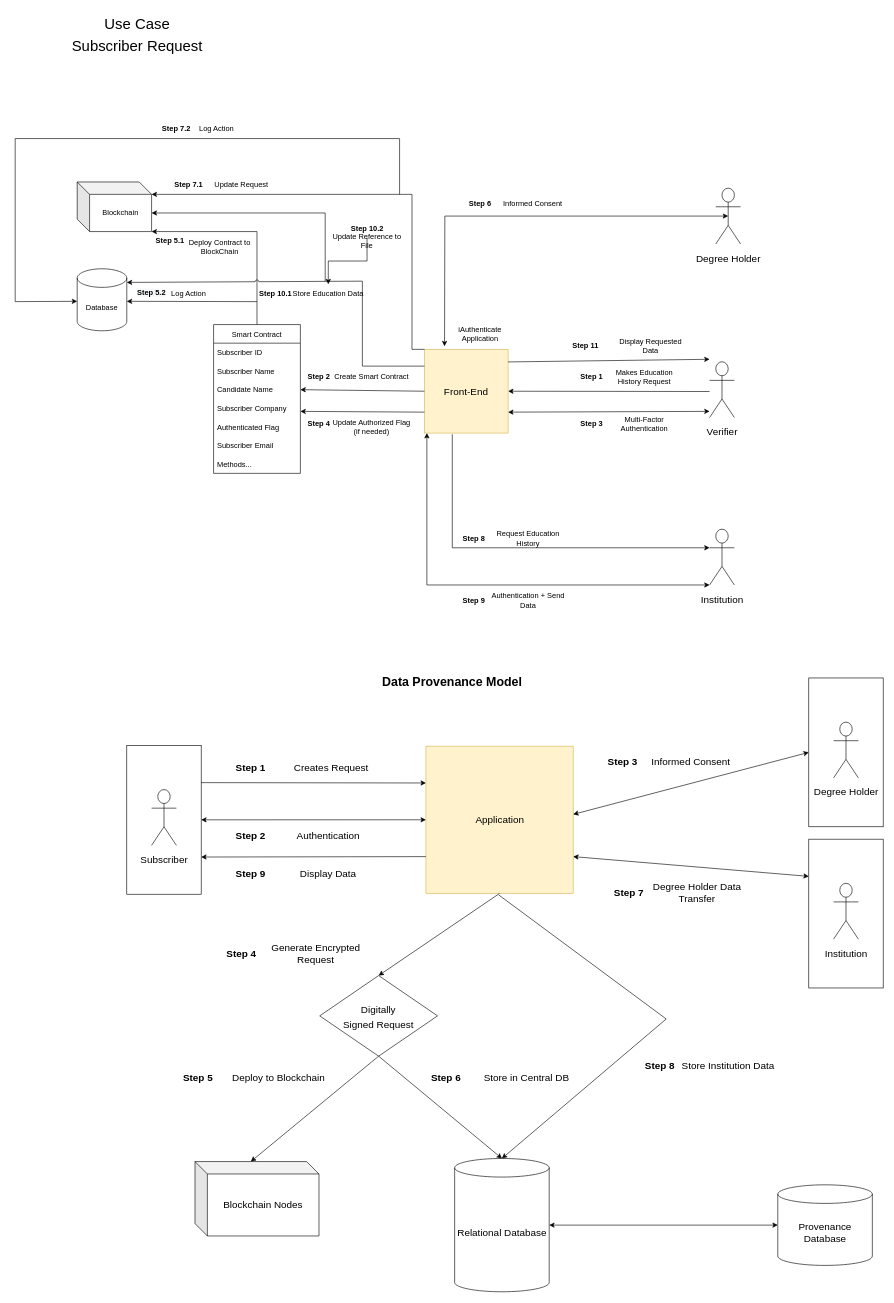
Above: AuthenticatorAppUses.drawio in tkalp/AuthenticatorApp (draw.io), before the change. Source tidied: cells renumbered, new cells numbered last; positions are measured from the earlier drawing's top-left corner, leaving out a move shared by most shapes. Both pictures are drawn from the tidied source at 62%, with x=0, y=0 at pixel (15, 20).
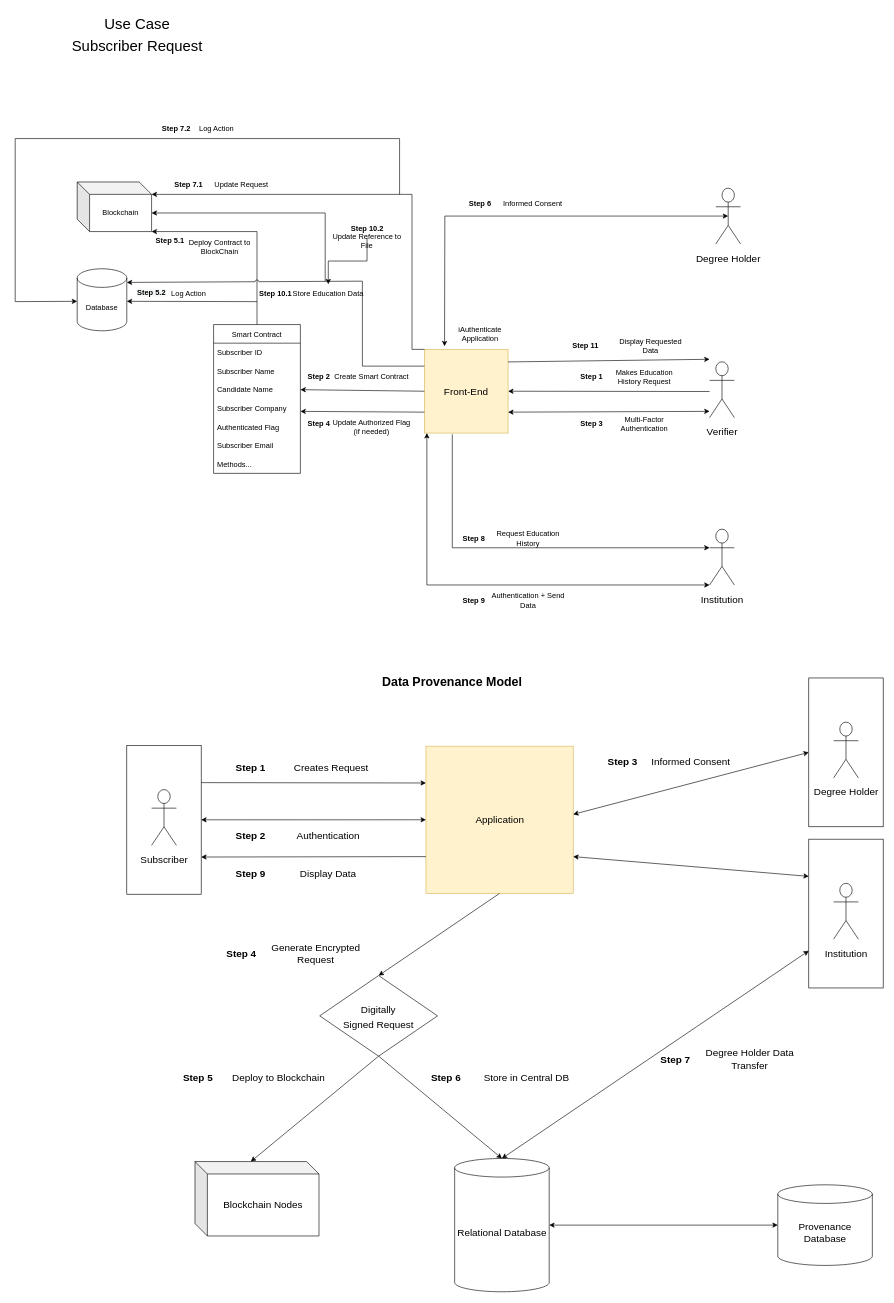
After the change.

The change refers to these unchanged cells:
```xml
<mxCell id="83" value="&lt;span style=&quot;font-size: 16px&quot;&gt;Relational Database&lt;/span&gt;" style="shape=cylinder3;whiteSpace=wrap;html=1;boundedLbl=1;backgroundOutline=1;size=15;fontSize=12;fillColor=default;strokeColor=default;fontColor=default;" parent="1" vertex="1">
  <mxGeometry x="708.8" y="1835" width="152.5" height="215" as="geometry" />
</mxCell>
<mxCell id="87" style="rounded=0;whiteSpace=wrap;html=1;fontSize=16;" parent="1" vertex="1">
  <mxGeometry x="1280" y="1320" width="120" height="240" as="geometry" />
</mxCell>
```

Diff of the diagram source:
```diff
@@
     <mxCell id="90" value="&lt;b style=&quot;font-size: 16px&quot;&gt;Step 7&lt;/b&gt;" style="text;html=1;strokeColor=none;fillColor=none;align=center;verticalAlign=middle;whiteSpace=wrap;rounded=0;fontSize=16;" parent="1" vertex="1">
-      <mxGeometry x="960" y="1391.2" width="60" height="30" as="geometry" />
+      <mxGeometry x="1035" y="1660" width="60" height="30" as="geometry" />
     </mxCell>
     <mxCell id="91" value="Degree Holder Data Transfer" style="text;html=1;strokeColor=none;fillColor=none;align=center;verticalAlign=middle;whiteSpace=wrap;rounded=0;fontSize=16;" parent="1" vertex="1">
-      <mxGeometry x="1020" y="1391.2" width="160" height="30" as="geometry" />
+      <mxGeometry x="1105" y="1660" width="160" height="30" as="geometry" />
     </mxCell>
@@
-    <mxCell id="93" style="endArrow=classic;html=1;rounded=0;fontSize=16;entryX=0.5;entryY=0;entryDx=0;entryDy=0;entryPerimeter=0;" parent="1" edge="1" target="83">
-      <mxGeometry relative="1" as="geometry">
-        <mxPoint x="780" y="1410" as="sourcePoint" />
-        <Array as="points">
-          <mxPoint x="1050" y="1610" />
-        </Array>
-      </mxGeometry>
-    </mxCell>
-    <mxCell id="94" value="&lt;b style=&quot;font-size: 16px&quot;&gt;Step 8&lt;/b&gt;" style="text;html=1;strokeColor=none;fillColor=none;align=center;verticalAlign=middle;whiteSpace=wrap;rounded=0;fontSize=16;" parent="1" vertex="1">
-      <mxGeometry x="1010" y="1670" width="60" height="30" as="geometry" />
-    </mxCell>
-    <mxCell id="95" value="Store Institution Data" style="text;html=1;strokeColor=none;fillColor=none;align=center;verticalAlign=middle;whiteSpace=wrap;rounded=0;fontSize=16;" parent="1" vertex="1">
-      <mxGeometry x="1070" y="1670" width="160" height="30" as="geometry" />
-    </mxCell>
@@
+    <mxCell id="101" style="endArrow=classic;startArrow=classic;html=1;rounded=0;fontSize=12;exitX=0.5;exitY=0;exitDx=0;exitDy=0;strokeColor=default;labelBackgroundColor=default;fontColor=default;entryX=0;entryY=0.75;entryDx=0;entryDy=0;exitPerimeter=0;" parent="1" edge="1" source="83" target="87">
+      <mxGeometry relative="1" as="geometry" />
+    </mxCell>
```
